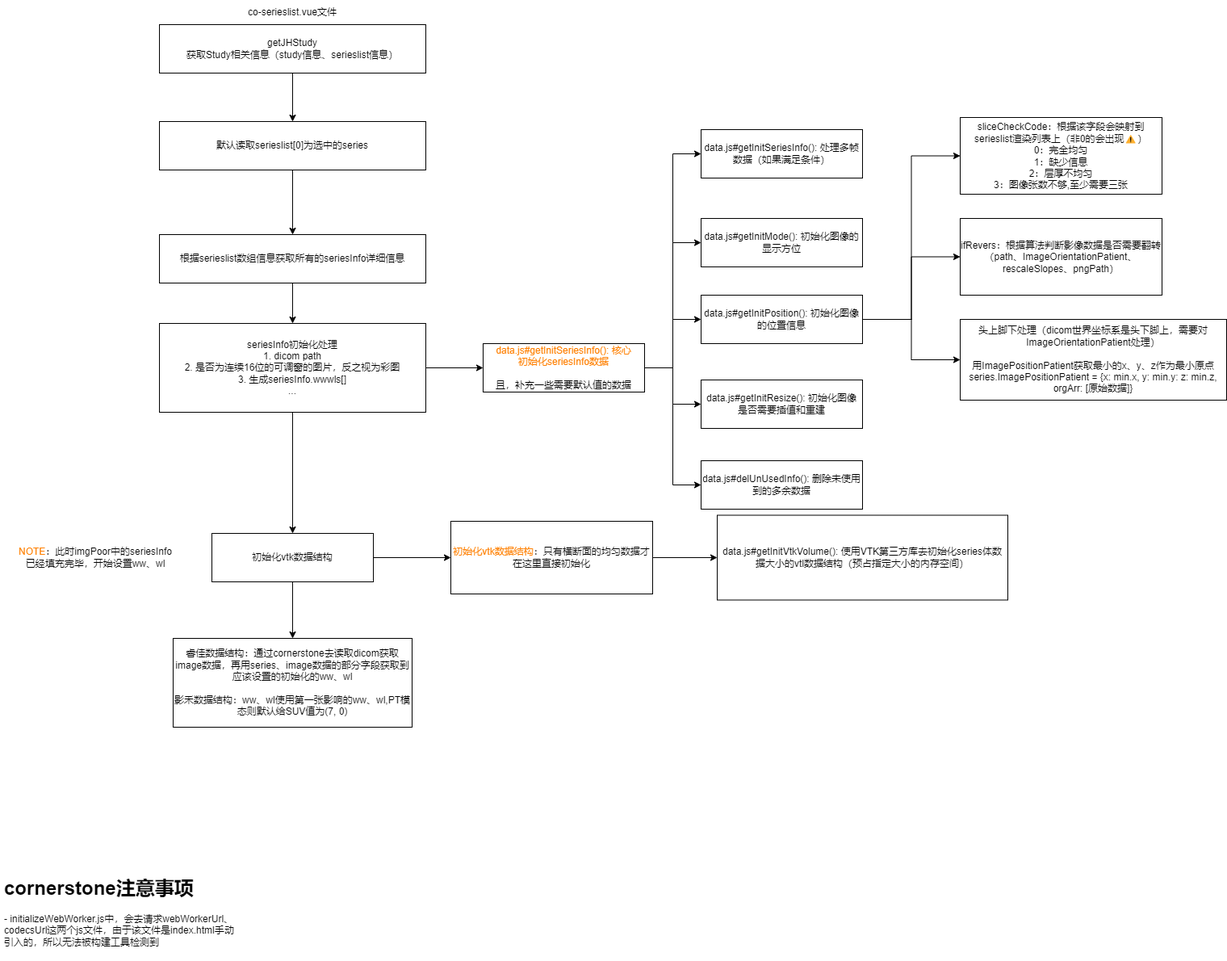
Before: viewer数据流.drawio.png, a diagram exported from draw.io (JYbill/draw). Source tidied: cells renumbered, new cells last; positions are measured from the earlier drawing's top-left corner, leaving out a move shared by most shapes.
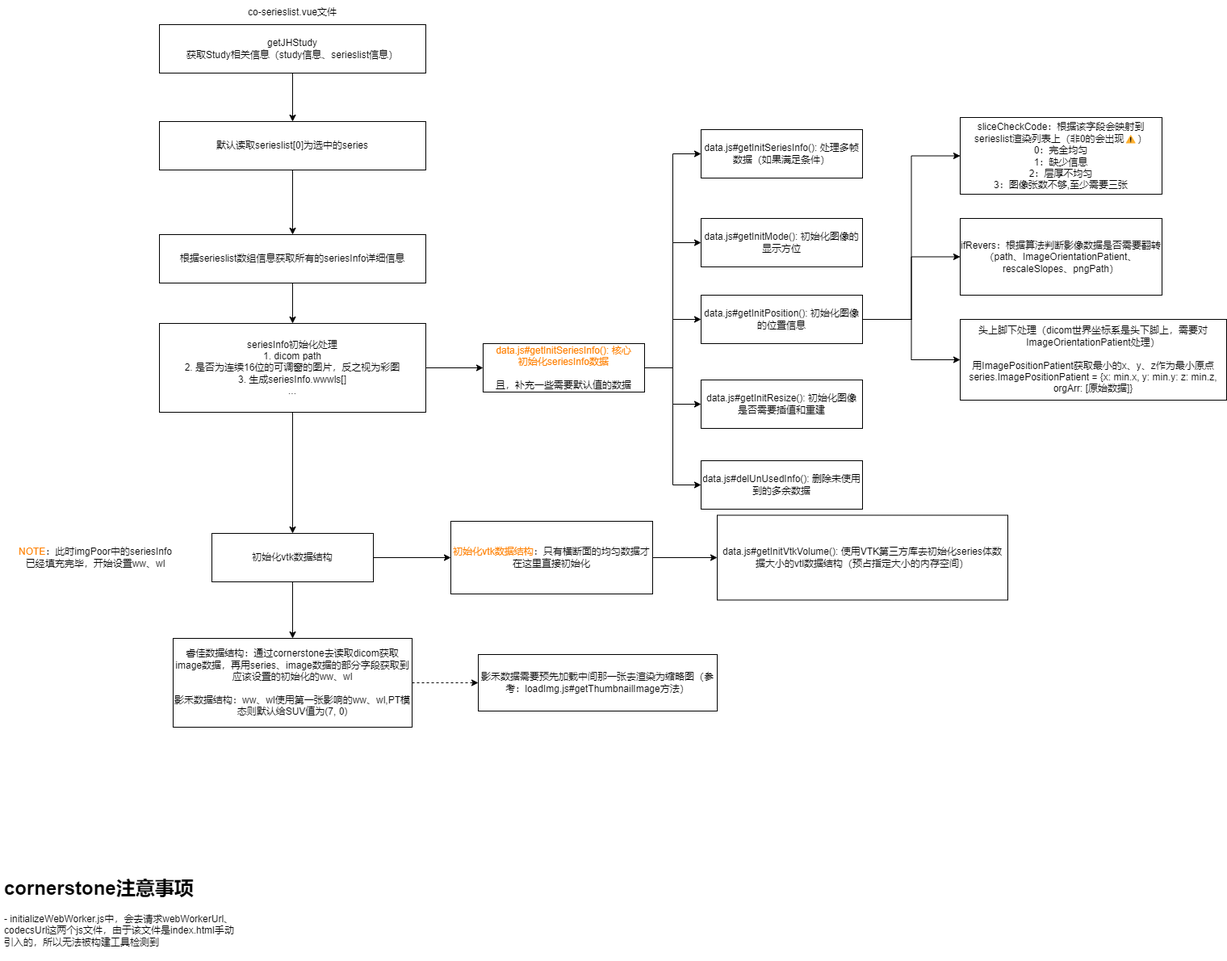
After the commit.

Commit message:
更新viewer数据流.drawio.png

What changed in the source:
```diff
@@ -107,8 +107,14 @@
     <mxCell id="36" value="&lt;font color=&quot;#ff8000&quot;&gt;NOTE&lt;/font&gt;：此时imgPoor中的seriesInfo已经填充完毕，开始设置ww、wl" style="text;html=1;align=center;verticalAlign=middle;whiteSpace=wrap;rounded=0;" parent="1" vertex="1">
       <mxGeometry x="18" y="655" width="200" height="70" as="geometry" />
     </mxCell>
+    <mxCell id="38" style="edgeStyle=orthogonalEdgeStyle;rounded=0;jettySize=auto;html=1;exitX=1;exitY=0.5;exitDx=0;exitDy=0;dashed=1;" parent="1" edge="1" source="37" target="39">
+      <mxGeometry relative="1" as="geometry" />
+    </mxCell>
     <mxCell id="37" value="睿佳数据结构：通过cornerstone去读取dicom获取image数据，再用series、image数据的部分字段获取到应该设置的初始化的ww、wl&lt;br&gt;&lt;br&gt;影禾数据结构：ww、wl使用第一张影响的ww、wl,PT模态则默认给SUV值为(7, 0)" style="rounded=0;whiteSpace=wrap;html=1;" parent="1" vertex="1">
       <mxGeometry x="214" y="790" width="296" height="110" as="geometry" />
     </mxCell>
+    <mxCell id="39" value="影禾数据需要预先加载中间那一张去渲染为缩略图（参考：loadImg.js#getThumbnailImage方法）" style="rounded=0;whiteSpace=wrap;html=1;" parent="1" vertex="1">
+      <mxGeometry x="592" y="810" width="296" height="70" as="geometry" />
+    </mxCell>
   </root>
 </mxGraphModel>
```
